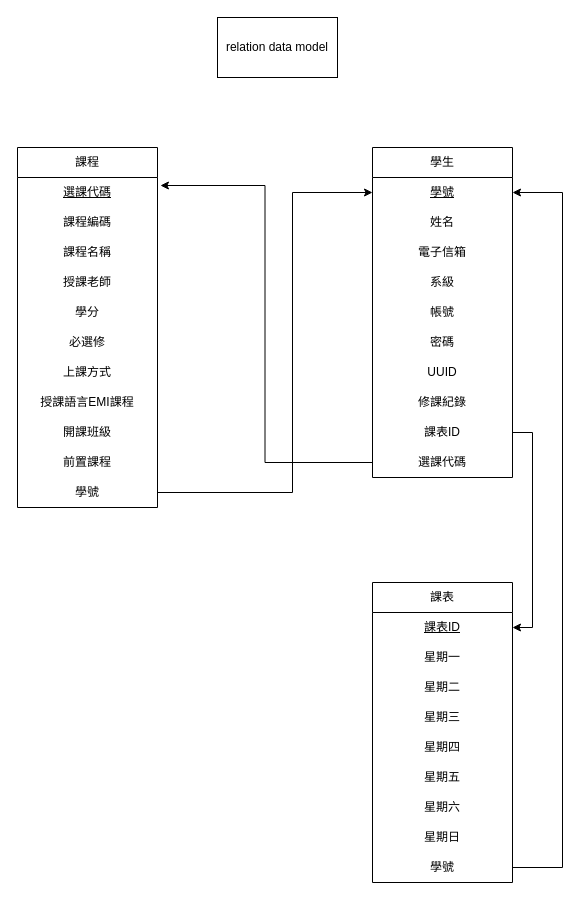
Above: DB Schema 設計/relation data model.drawio in SparrowTen/FCU_CourseSearch (draw.io), before the change. Source tidied: cells renumbered, new cells numbered last; positions are measured from the earlier drawing's top-left corner, leaving out a move shared by most shapes. Both pictures are drawn from the tidied source at 100%, with x=0, y=0 at pixel (17, 17).
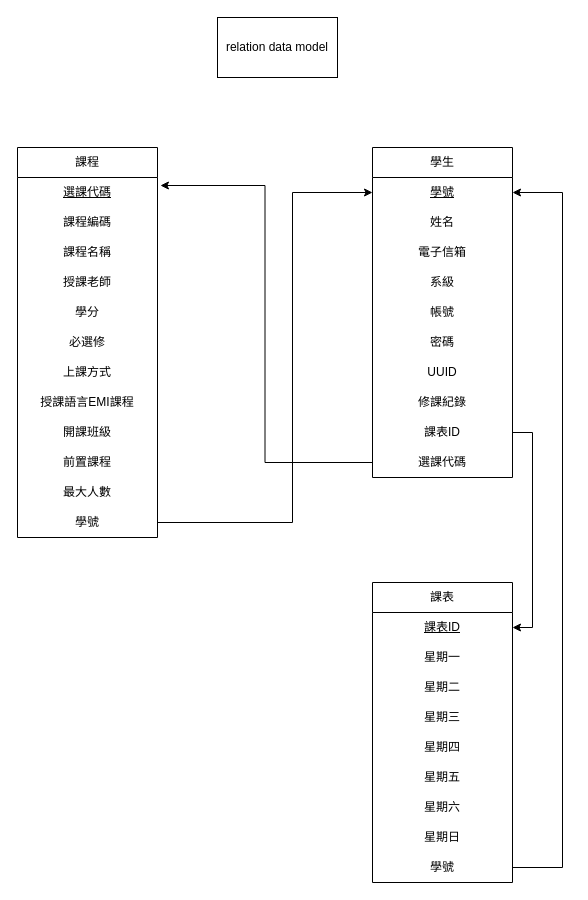
The same page after the edit.

Unchanged cells that the change refers to:
```xml
<mxCell id="16" value="學號" style="text;strokeColor=none;fillColor=none;align=center;verticalAlign=middle;spacingLeft=4;spacingRight=4;overflow=hidden;points=[[0,0.5],[1,0.5]];portConstraint=eastwest;whiteSpace=wrap;html=1;fontStyle=4;" parent="15" vertex="1">
  <mxGeometry y="30" width="140" height="30" as="geometry" />
</mxCell>
```

What changed in the source:
```diff
@@
     <mxCell id="3" value="課程" style="swimlane;fontStyle=0;horizontal=1;startSize=30;whiteSpace=wrap;html=1;" parent="1" vertex="1">
-      <mxGeometry y="130" width="140" height="360" as="geometry" />
+      <mxGeometry y="130" width="140" height="390" as="geometry" />
     </mxCell>
@@
+    <mxCell id="40" value="最大人數" style="text;strokeColor=none;fillColor=none;align=center;verticalAlign=middle;spacingLeft=4;spacingRight=4;overflow=hidden;whiteSpace=wrap;html=1;" parent="3" vertex="1">
+      <mxGeometry y="330" width="140" height="30" as="geometry" />
+    </mxCell>
     <mxCell id="14" value="學號" style="text;strokeColor=none;fillColor=none;align=center;verticalAlign=middle;spacingLeft=4;spacingRight=4;overflow=hidden;points=[[0,0.5],[1,0.5]];portConstraint=eastwest;whiteSpace=wrap;html=1;" parent="3" vertex="1">
-      <mxGeometry y="330" width="140" height="30" as="geometry" />
+      <mxGeometry y="360" width="140" height="30" as="geometry" />
     </mxCell>
@@
-    <mxCell id="38" style="edgeStyle=orthogonalEdgeStyle;rounded=0;jettySize=auto;html=1;entryX=0;entryY=0.5;entryDx=0;entryDy=0;" parent="1" edge="1" source="14" target="16">
+    <mxCell id="38" style="edgeStyle=orthogonalEdgeStyle;rounded=0;jettySize=auto;html=1;entryX=0;entryY=0.5;entryDx=0;entryDy=0;exitX=1;exitY=0.5;exitDx=0;exitDy=0;" parent="1" edge="1" source="14" target="16">
       <mxGeometry relative="1" as="geometry">
         <Array as="points">
-          <mxPoint x="275" y="475" />
+          <mxPoint x="275" y="505" />
           <mxPoint x="275" y="175" />
         </Array>
       </mxGeometry>
     </mxCell>
```
